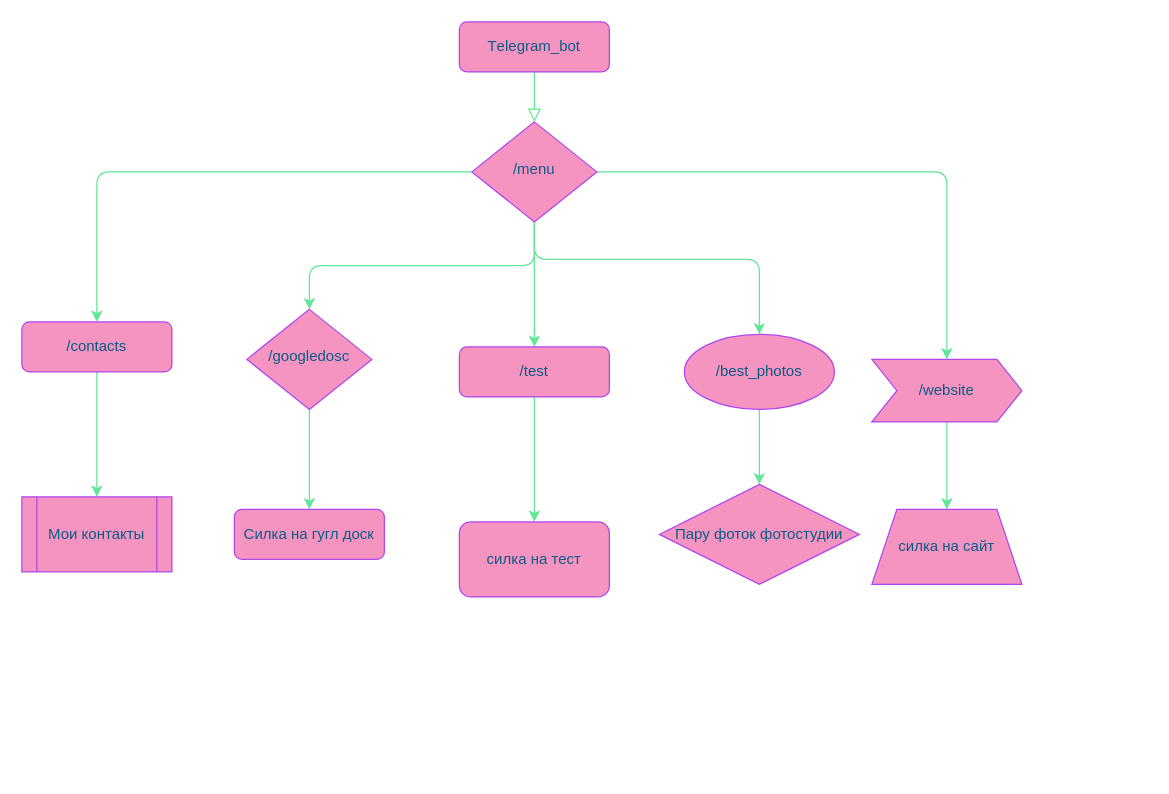
This is Untitled Diagram.drawio from VitalyTimchenko/VitaliyTimchenkoLR_1, a draw.io file, before an edit. Source tidied: cells renumbered, new cells numbered last; positions are measured from the earlier drawing's top-left corner, leaving out a move shared by most shapes. Both pictures are drawn from the tidied source at 125%, with x=0, y=0 at pixel (21, 21).
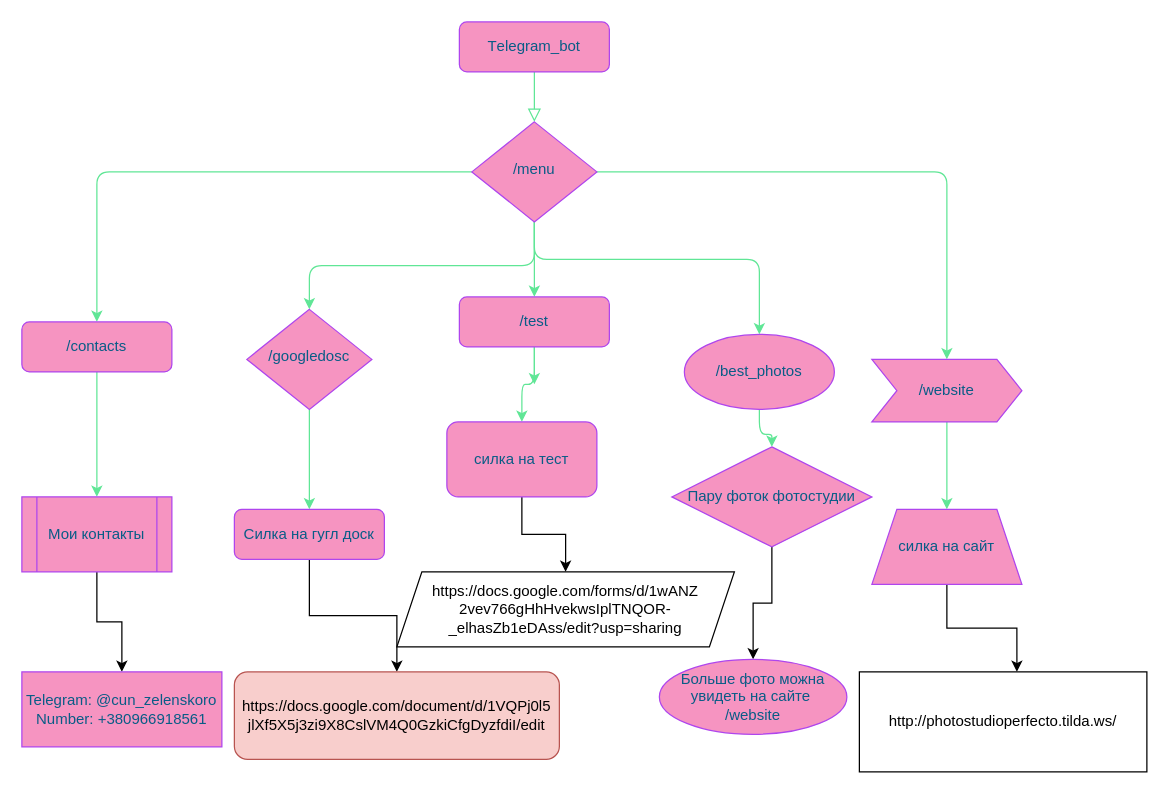
After the change.

Unchanged cells that the change refers to:
```xml
<mxCell id="9" value="/menu" style="rhombus;whiteSpace=wrap;html=1;shadow=0;fontFamily=Helvetica;fontSize=12;align=center;strokeWidth=1;spacing=6;spacingTop=-4;fillColor=#F694C1;strokeColor=#AF45ED;fontColor=#095C86;" parent="1" vertex="1">
  <mxGeometry x="360" y="80" width="100" height="80" as="geometry" />
</mxCell>
<mxCell id="14" value="Силка на гугл доск" style="rounded=1;whiteSpace=wrap;html=1;fontSize=12;glass=0;strokeWidth=1;shadow=0;fillColor=#F694C1;strokeColor=#AF45ED;fontColor=#095C86;" parent="1" vertex="1">
  <mxGeometry x="170" y="390" width="120" height="40" as="geometry" />
</mxCell>
<mxCell id="23" value="Мои контакты" style="shape=process;whiteSpace=wrap;html=1;backgroundOutline=1;rounded=0;sketch=0;fontColor=#095C86;strokeColor=#AF45ED;fillColor=#F694C1;" parent="1" vertex="1">
  <mxGeometry y="380" width="120" height="60" as="geometry" />
</mxCell>
<mxCell id="26" value="силка на сайт" style="shape=trapezoid;perimeter=trapezoidPerimeter;whiteSpace=wrap;html=1;fixedSize=1;rounded=0;sketch=0;fontColor=#095C86;strokeColor=#AF45ED;fillColor=#F694C1;" parent="1" vertex="1">
  <mxGeometry x="680" y="390" width="120" height="60" as="geometry" />
</mxCell>
```

Diff of the diagram source:
```diff
@@
     <mxCell id="4" style="edgeStyle=orthogonalEdgeStyle;curved=0;rounded=1;sketch=0;jettySize=auto;html=1;entryX=0.5;entryY=0;entryDx=0;entryDy=0;fontColor=#095C86;strokeColor=#60E696;fillColor=#F694C1;" parent="1" edge="1" source="9" target="17">
-      <mxGeometry relative="1" as="geometry" />
+      <mxGeometry relative="1" as="geometry">
+        <Array as="points">
+          <mxPoint x="410" y="210" />
+          <mxPoint x="410" y="210" />
+        </Array>
+      </mxGeometry>
     </mxCell>
@@
+    <mxCell id="27" style="edgeStyle=orthogonalEdgeStyle;rounded=0;jettySize=auto;html=1;entryX=0.5;entryY=0;entryDx=0;entryDy=0;" parent="1" edge="1" source="14" target="33">
+      <mxGeometry relative="1" as="geometry" />
+    </mxCell>
@@
     <mxCell id="17" value="/test" style="rounded=1;whiteSpace=wrap;html=1;fontSize=12;glass=0;strokeWidth=1;shadow=0;fillColor=#F694C1;strokeColor=#AF45ED;fontColor=#095C86;" parent="1" vertex="1">
-      <mxGeometry x="350" y="260" width="120" height="40" as="geometry" />
+      <mxGeometry x="350" y="220" width="120" height="40" as="geometry" />
     </mxCell>
@@
+    <mxCell id="28" style="edgeStyle=orthogonalEdgeStyle;rounded=0;jettySize=auto;html=1;" parent="1" edge="1" source="23" target="32">
+      <mxGeometry relative="1" as="geometry" />
+    </mxCell>
@@
+    <mxCell id="29" style="edgeStyle=orthogonalEdgeStyle;rounded=0;jettySize=auto;html=1;exitX=0.5;exitY=1;exitDx=0;exitDy=0;" parent="1" edge="1" source="24" target="34">
+      <mxGeometry relative="1" as="geometry" />
+    </mxCell>
     <mxCell id="24" value="силка на тест" style="rounded=1;whiteSpace=wrap;html=1;sketch=0;fontColor=#095C86;strokeColor=#AF45ED;fillColor=#F694C1;" parent="1" vertex="1">
-      <mxGeometry x="350" y="400" width="120" height="60" as="geometry" />
+      <mxGeometry x="340" y="320" width="120" height="60" as="geometry" />
     </mxCell>
+    <mxCell id="30" style="edgeStyle=orthogonalEdgeStyle;rounded=0;jettySize=auto;html=1;" parent="1" edge="1" source="25" target="35">
+      <mxGeometry relative="1" as="geometry" />
+    </mxCell>
     <mxCell id="25" value="Пару фоток фотостудии" style="rhombus;whiteSpace=wrap;html=1;rounded=0;sketch=0;fontColor=#095C86;strokeColor=#AF45ED;fillColor=#F694C1;" parent="1" vertex="1">
-      <mxGeometry x="510" y="370" width="160" height="80" as="geometry" />
+      <mxGeometry x="520" y="340" width="160" height="80" as="geometry" />
     </mxCell>
+    <mxCell id="31" style="edgeStyle=orthogonalEdgeStyle;rounded=0;jettySize=auto;html=1;entryX=0.548;entryY=0;entryDx=0;entryDy=0;entryPerimeter=0;" parent="1" edge="1" source="26" target="36">
+      <mxGeometry relative="1" as="geometry" />
+    </mxCell>
@@
+    <mxCell id="32" value="&lt;div&gt;Telegram: @cun_zelenskoro&lt;/div&gt;&lt;div&gt;Number: +380966918561&lt;/div&gt;" style="whiteSpace=wrap;html=1;fillColor=#F694C1;strokeColor=#AF45ED;fontColor=#095C86;rounded=0;sketch=0;" parent="1" vertex="1">
+      <mxGeometry y="520" width="160" height="60" as="geometry" />
+    </mxCell>
+    <mxCell id="33" value="https://docs.google.com/document/d/1VQPj0l5&lt;br&gt;jlXf5X5j3zi9X8CslVM4Q0GzkiCfgDyzfdiI/edit" style="rounded=1;whiteSpace=wrap;html=1;fillColor=#f8cecc;strokeColor=#b85450;" parent="1" vertex="1">
+      <mxGeometry x="170" y="520" width="260" height="70" as="geometry" />
+    </mxCell>
+    <mxCell id="34" value="https://docs.google.com/forms/d/1wANZ&lt;br&gt;2vev766gHhHvekwsIplTNQOR-_elhasZb1eDAss/edit?usp=sharing" style="shape=parallelogram;perimeter=parallelogramPerimeter;whiteSpace=wrap;html=1;fixedSize=1;" parent="1" vertex="1">
+      <mxGeometry x="300" y="440" width="270" height="60" as="geometry" />
+    </mxCell>
+    <mxCell id="35" value="&lt;div&gt;Больше фото можна увидеть на сайте&amp;nbsp;&lt;/div&gt;&lt;div&gt;/website&lt;/div&gt;" style="ellipse;whiteSpace=wrap;html=1;fillColor=#F694C1;strokeColor=#AF45ED;fontColor=#095C86;rounded=0;sketch=0;" parent="1" vertex="1">
+      <mxGeometry x="510" y="510" width="150" height="60" as="geometry" />
+    </mxCell>
+    <mxCell id="36" value="http://photostudioperfecto.tilda.ws/" style="whiteSpace=wrap;html=1;" parent="1" vertex="1">
+      <mxGeometry x="670" y="520" width="230" height="80" as="geometry" />
+    </mxCell>
```
